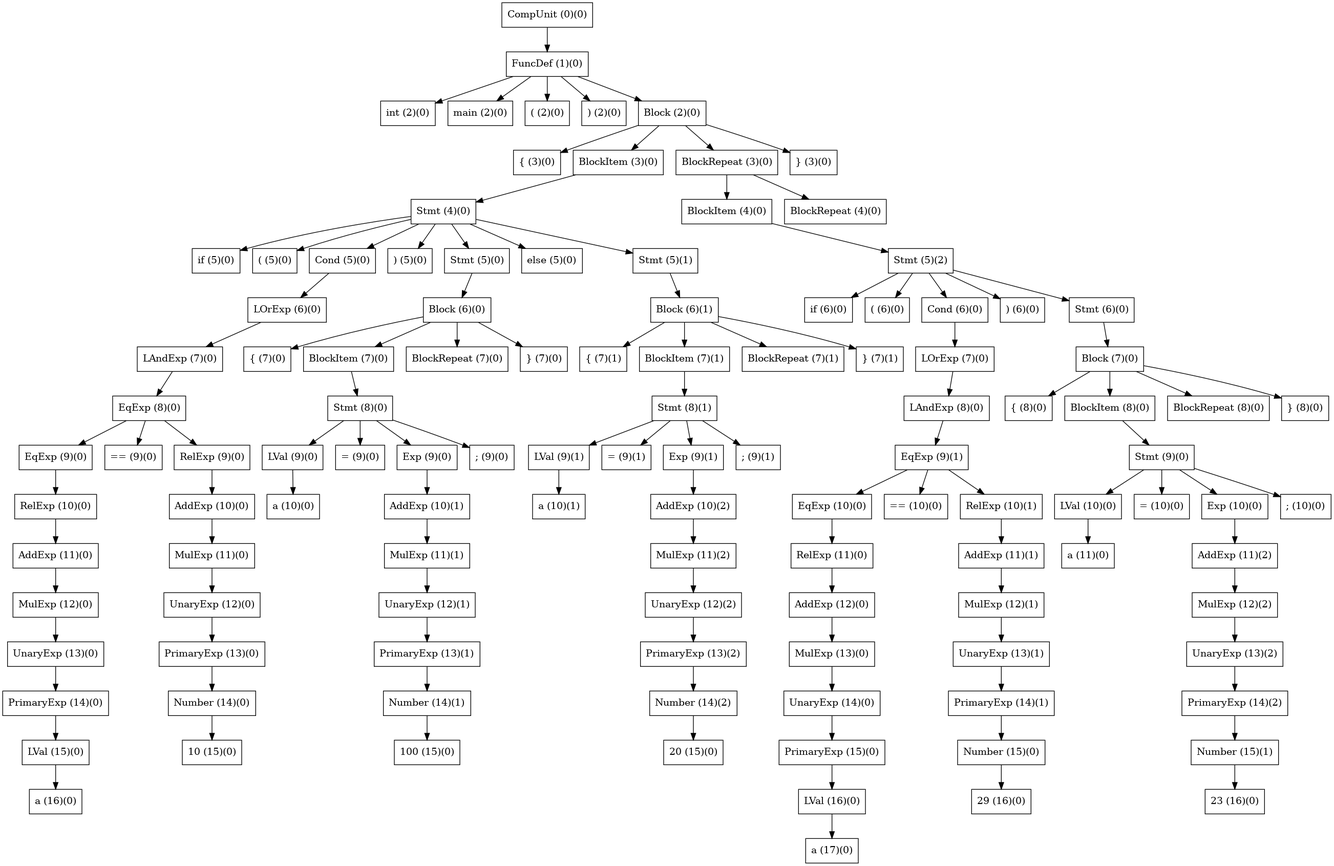
Earlier version of the Graphviz export yacc/file.png (KilluaYZ/sys-y-compiler). Its source is kept beside it as yacc/file.dot. Its diagram source:
```dot
digraph tree {
	fontname = "Consolas"
	fontsize = 24
	node[shape = "box"]

	"CompUnit (0)(0)" -> "FuncDef (1)(0)";
	"FuncDef (1)(0)" -> "int (2)(0)";
	"FuncDef (1)(0)" -> "main (2)(0)";
	"FuncDef (1)(0)" -> "( (2)(0)";
	"FuncDef (1)(0)" -> ") (2)(0)";
	"FuncDef (1)(0)" -> "Block (2)(0)";
	"Block (2)(0)" -> "{ (3)(0)";
	"Block (2)(0)" -> "BlockItem (3)(0)";
	"Block (2)(0)" -> "BlockRepeat (3)(0)";
	"Block (2)(0)" -> "} (3)(0)";
	"BlockItem (3)(0)" -> "Stmt (4)(0)";
	"BlockRepeat (3)(0)" -> "BlockItem (4)(0)";
	"BlockRepeat (3)(0)" -> "BlockRepeat (4)(0)";
	"Stmt (4)(0)" -> "if (5)(0)";
	"Stmt (4)(0)" -> "( (5)(0)";
	"Stmt (4)(0)" -> "Cond (5)(0)";
	"Stmt (4)(0)" -> ") (5)(0)";
	"Stmt (4)(0)" -> "Stmt (5)(0)";
	"Stmt (4)(0)" -> "else (5)(0)";
	"Stmt (4)(0)" -> "Stmt (5)(1)";
	"BlockItem (4)(0)" -> "Stmt (5)(2)";
	"Cond (5)(0)" -> "LOrExp (6)(0)";
	"Stmt (5)(0)" -> "Block (6)(0)";
	"Stmt (5)(1)" -> "Block (6)(1)";
	"Stmt (5)(2)" -> "if (6)(0)";
	"Stmt (5)(2)" -> "( (6)(0)";
	"Stmt (5)(2)" -> "Cond (6)(0)";
	"Stmt (5)(2)" -> ") (6)(0)";
	"Stmt (5)(2)" -> "Stmt (6)(0)";
	"LOrExp (6)(0)" -> "LAndExp (7)(0)";
	"Block (6)(0)" -> "{ (7)(0)";
	"Block (6)(0)" -> "BlockItem (7)(0)";
	"Block (6)(0)" -> "BlockRepeat (7)(0)";
	"Block (6)(0)" -> "} (7)(0)";
	"Block (6)(1)" -> "{ (7)(1)";
	"Block (6)(1)" -> "BlockItem (7)(1)";
	"Block (6)(1)" -> "BlockRepeat (7)(1)";
	"Block (6)(1)" -> "} (7)(1)";
	"Cond (6)(0)" -> "LOrExp (7)(0)";
	"Stmt (6)(0)" -> "Block (7)(0)";
	"LAndExp (7)(0)" -> "EqExp (8)(0)";
	"BlockItem (7)(0)" -> "Stmt (8)(0)";
	"BlockItem (7)(1)" -> "Stmt (8)(1)";
	"LOrExp (7)(0)" -> "LAndExp (8)(0)";
	"Block (7)(0)" -> "{ (8)(0)";
	"Block (7)(0)" -> "BlockItem (8)(0)";
	"Block (7)(0)" -> "BlockRepeat (8)(0)";
	"Block (7)(0)" -> "} (8)(0)";
	"EqExp (8)(0)" -> "EqExp (9)(0)";
	"EqExp (8)(0)" -> "== (9)(0)";
	"EqExp (8)(0)" -> "RelExp (9)(0)";
	"Stmt (8)(0)" -> "LVal (9)(0)";
	"Stmt (8)(0)" -> "= (9)(0)";
	"Stmt (8)(0)" -> "Exp (9)(0)";
	"Stmt (8)(0)" -> "; (9)(0)";
	"Stmt (8)(1)" -> "LVal (9)(1)";
	"Stmt (8)(1)" -> "= (9)(1)";
	"Stmt (8)(1)" -> "Exp (9)(1)";
	"Stmt (8)(1)" -> "; (9)(1)";
	"LAndExp (8)(0)" -> "EqExp (9)(1)";
	"BlockItem (8)(0)" -> "Stmt (9)(0)";
	"EqExp (9)(0)" -> "RelExp (10)(0)";
	"RelExp (9)(0)" -> "AddExp (10)(0)";
	"LVal (9)(0)" -> "a (10)(0)";
	"Exp (9)(0)" -> "AddExp (10)(1)";
	"LVal (9)(1)" -> "a (10)(1)";
	"Exp (9)(1)" -> "AddExp (10)(2)";
	"EqExp (9)(1)" -> "EqExp (10)(0)";
	"EqExp (9)(1)" -> "== (10)(0)";
	"EqExp (9)(1)" -> "RelExp (10)(1)";
	"Stmt (9)(0)" -> "LVal (10)(0)";
	"Stmt (9)(0)" -> "= (10)(0)";
	"Stmt (9)(0)" -> "Exp (10)(0)";
	"Stmt (9)(0)" -> "; (10)(0)";
	"RelExp (10)(0)" -> "AddExp (11)(0)";
	"AddExp (10)(0)" -> "MulExp (11)(0)";
	"AddExp (10)(1)" -> "MulExp (11)(1)";
	"AddExp (10)(2)" -> "MulExp (11)(2)";
	"EqExp (10)(0)" -> "RelExp (11)(0)";
	"RelExp (10)(1)" -> "AddExp (11)(1)";
	"LVal (10)(0)" -> "a (11)(0)";
	"Exp (10)(0)" -> "AddExp (11)(2)";
	"AddExp (11)(0)" -> "MulExp (12)(0)";
	"MulExp (11)(0)" -> "UnaryExp (12)(0)";
	"MulExp (11)(1)" -> "UnaryExp (12)(1)";
	"MulExp (11)(2)" -> "UnaryExp (12)(2)";
	"RelExp (11)(0)" -> "AddExp (12)(0)";
	"AddExp (11)(1)" -> "MulExp (12)(1)";
	"AddExp (11)(2)" -> "MulExp (12)(2)";
	"MulExp (12)(0)" -> "UnaryExp (13)(0)";
	"UnaryExp (12)(0)" -> "PrimaryExp (13)(0)";
	"UnaryExp (12)(1)" -> "PrimaryExp (13)(1)";
	"UnaryExp (12)(2)" -> "PrimaryExp (13)(2)";
	"AddExp (12)(0)" -> "MulExp (13)(0)";
	"MulExp (12)(1)" -> "UnaryExp (13)(1)";
	"MulExp (12)(2)" -> "UnaryExp (13)(2)";
	"UnaryExp (13)(0)" -> "PrimaryExp (14)(0)";
	"PrimaryExp (13)(0)" -> "Number (14)(0)";
	"PrimaryExp (13)(1)" -> "Number (14)(1)";
	"PrimaryExp (13)(2)" -> "Number (14)(2)";
	"MulExp (13)(0)" -> "UnaryExp (14)(0)";
	"UnaryExp (13)(1)" -> "PrimaryExp (14)(1)";
	"UnaryExp (13)(2)" -> "PrimaryExp (14)(2)";
	"PrimaryExp (14)(0)" -> "LVal (15)(0)";
	"Number (14)(0)" -> "10 (15)(0)";
	"Number (14)(1)" -> "100 (15)(0)";
	"Number (14)(2)" -> "20 (15)(0)";
	"UnaryExp (14)(0)" -> "PrimaryExp (15)(0)";
	"PrimaryExp (14)(1)" -> "Number (15)(0)";
	"PrimaryExp (14)(2)" -> "Number (15)(1)";
	"LVal (15)(0)" -> "a (16)(0)";
	"PrimaryExp (15)(0)" -> "LVal (16)(0)";
	"Number (15)(0)" -> "29 (16)(0)";
	"Number (15)(1)" -> "23 (16)(0)";
	"LVal (16)(0)" -> "a (17)(0)";
}
```
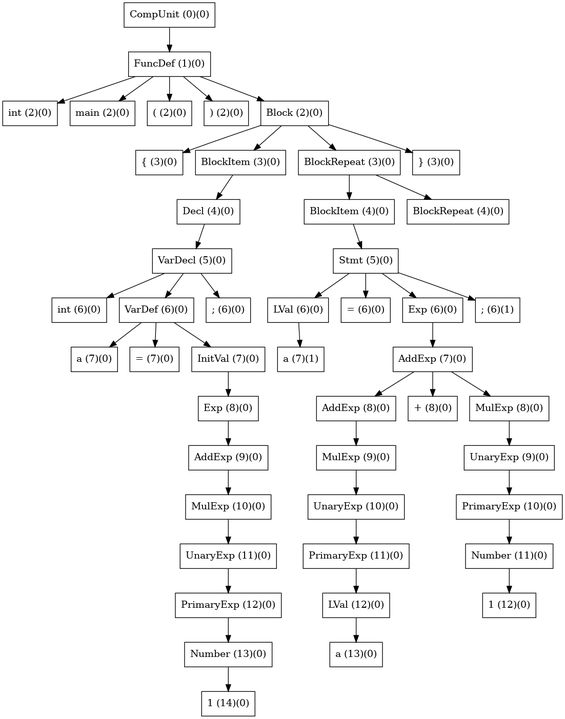
Later version of the same file.

Diff of the diagram source:
```diff
@@ -13,109 +13,40 @@
 	"Block (2)(0)" -> "BlockItem (3)(0)";
 	"Block (2)(0)" -> "BlockRepeat (3)(0)";
 	"Block (2)(0)" -> "} (3)(0)";
-	"BlockItem (3)(0)" -> "Stmt (4)(0)";
+	"BlockItem (3)(0)" -> "Decl (4)(0)";
 	"BlockRepeat (3)(0)" -> "BlockItem (4)(0)";
 	"BlockRepeat (3)(0)" -> "BlockRepeat (4)(0)";
-	"Stmt (4)(0)" -> "if (5)(0)";
-	"Stmt (4)(0)" -> "( (5)(0)";
-	"Stmt (4)(0)" -> "Cond (5)(0)";
-	"Stmt (4)(0)" -> ") (5)(0)";
-	"Stmt (4)(0)" -> "Stmt (5)(0)";
-	"Stmt (4)(0)" -> "else (5)(0)";
-	"Stmt (4)(0)" -> "Stmt (5)(1)";
-	"BlockItem (4)(0)" -> "Stmt (5)(2)";
-	"Cond (5)(0)" -> "LOrExp (6)(0)";
-	"Stmt (5)(0)" -> "Block (6)(0)";
-	"Stmt (5)(1)" -> "Block (6)(1)";
-	"Stmt (5)(2)" -> "if (6)(0)";
-	"Stmt (5)(2)" -> "( (6)(0)";
-	"Stmt (5)(2)" -> "Cond (6)(0)";
-	"Stmt (5)(2)" -> ") (6)(0)";
-	"Stmt (5)(2)" -> "Stmt (6)(0)";
-	"LOrExp (6)(0)" -> "LAndExp (7)(0)";
-	"Block (6)(0)" -> "{ (7)(0)";
-	"Block (6)(0)" -> "BlockItem (7)(0)";
-	"Block (6)(0)" -> "BlockRepeat (7)(0)";
-	"Block (6)(0)" -> "} (7)(0)";
-	"Block (6)(1)" -> "{ (7)(1)";
-	"Block (6)(1)" -> "BlockItem (7)(1)";
-	"Block (6)(1)" -> "BlockRepeat (7)(1)";
-	"Block (6)(1)" -> "} (7)(1)";
-	"Cond (6)(0)" -> "LOrExp (7)(0)";
-	"Stmt (6)(0)" -> "Block (7)(0)";
-	"LAndExp (7)(0)" -> "EqExp (8)(0)";
-	"BlockItem (7)(0)" -> "Stmt (8)(0)";
-	"BlockItem (7)(1)" -> "Stmt (8)(1)";
-	"LOrExp (7)(0)" -> "LAndExp (8)(0)";
-	"Block (7)(0)" -> "{ (8)(0)";
-	"Block (7)(0)" -> "BlockItem (8)(0)";
-	"Block (7)(0)" -> "BlockRepeat (8)(0)";
-	"Block (7)(0)" -> "} (8)(0)";
-	"EqExp (8)(0)" -> "EqExp (9)(0)";
-	"EqExp (8)(0)" -> "== (9)(0)";
-	"EqExp (8)(0)" -> "RelExp (9)(0)";
-	"Stmt (8)(0)" -> "LVal (9)(0)";
-	"Stmt (8)(0)" -> "= (9)(0)";
-	"Stmt (8)(0)" -> "Exp (9)(0)";
-	"Stmt (8)(0)" -> "; (9)(0)";
-	"Stmt (8)(1)" -> "LVal (9)(1)";
-	"Stmt (8)(1)" -> "= (9)(1)";
-	"Stmt (8)(1)" -> "Exp (9)(1)";
-	"Stmt (8)(1)" -> "; (9)(1)";
-	"LAndExp (8)(0)" -> "EqExp (9)(1)";
-	"BlockItem (8)(0)" -> "Stmt (9)(0)";
-	"EqExp (9)(0)" -> "RelExp (10)(0)";
-	"RelExp (9)(0)" -> "AddExp (10)(0)";
-	"LVal (9)(0)" -> "a (10)(0)";
-	"Exp (9)(0)" -> "AddExp (10)(1)";
-	"LVal (9)(1)" -> "a (10)(1)";
-	"Exp (9)(1)" -> "AddExp (10)(2)";
-	"EqExp (9)(1)" -> "EqExp (10)(0)";
-	"EqExp (9)(1)" -> "== (10)(0)";
-	"EqExp (9)(1)" -> "RelExp (10)(1)";
-	"Stmt (9)(0)" -> "LVal (10)(0)";
-	"Stmt (9)(0)" -> "= (10)(0)";
-	"Stmt (9)(0)" -> "Exp (10)(0)";
-	"Stmt (9)(0)" -> "; (10)(0)";
-	"RelExp (10)(0)" -> "AddExp (11)(0)";
-	"AddExp (10)(0)" -> "MulExp (11)(0)";
-	"AddExp (10)(1)" -> "MulExp (11)(1)";
-	"AddExp (10)(2)" -> "MulExp (11)(2)";
-	"EqExp (10)(0)" -> "RelExp (11)(0)";
-	"RelExp (10)(1)" -> "AddExp (11)(1)";
-	"LVal (10)(0)" -> "a (11)(0)";
-	"Exp (10)(0)" -> "AddExp (11)(2)";
-	"AddExp (11)(0)" -> "MulExp (12)(0)";
-	"MulExp (11)(0)" -> "UnaryExp (12)(0)";
-	"MulExp (11)(1)" -> "UnaryExp (12)(1)";
-	"MulExp (11)(2)" -> "UnaryExp (12)(2)";
-	"RelExp (11)(0)" -> "AddExp (12)(0)";
-	"AddExp (11)(1)" -> "MulExp (12)(1)";
-	"AddExp (11)(2)" -> "MulExp (12)(2)";
-	"MulExp (12)(0)" -> "UnaryExp (13)(0)";
-	"UnaryExp (12)(0)" -> "PrimaryExp (13)(0)";
-	"UnaryExp (12)(1)" -> "PrimaryExp (13)(1)";
-	"UnaryExp (12)(2)" -> "PrimaryExp (13)(2)";
-	"AddExp (12)(0)" -> "MulExp (13)(0)";
-	"MulExp (12)(1)" -> "UnaryExp (13)(1)";
-	"MulExp (12)(2)" -> "UnaryExp (13)(2)";
-	"UnaryExp (13)(0)" -> "PrimaryExp (14)(0)";
-	"PrimaryExp (13)(0)" -> "Number (14)(0)";
-	"PrimaryExp (13)(1)" -> "Number (14)(1)";
-	"PrimaryExp (13)(2)" -> "Number (14)(2)";
-	"MulExp (13)(0)" -> "UnaryExp (14)(0)";
-	"UnaryExp (13)(1)" -> "PrimaryExp (14)(1)";
-	"UnaryExp (13)(2)" -> "PrimaryExp (14)(2)";
-	"PrimaryExp (14)(0)" -> "LVal (15)(0)";
-	"Number (14)(0)" -> "10 (15)(0)";
-	"Number (14)(1)" -> "100 (15)(0)";
-	"Number (14)(2)" -> "20 (15)(0)";
-	"UnaryExp (14)(0)" -> "PrimaryExp (15)(0)";
-	"PrimaryExp (14)(1)" -> "Number (15)(0)";
-	"PrimaryExp (14)(2)" -> "Number (15)(1)";
-	"LVal (15)(0)" -> "a (16)(0)";
-	"PrimaryExp (15)(0)" -> "LVal (16)(0)";
-	"Number (15)(0)" -> "29 (16)(0)";
-	"Number (15)(1)" -> "23 (16)(0)";
-	"LVal (16)(0)" -> "a (17)(0)";
+	"Decl (4)(0)" -> "VarDecl (5)(0)";
+	"BlockItem (4)(0)" -> "Stmt (5)(0)";
+	"VarDecl (5)(0)" -> "int (6)(0)";
+	"VarDecl (5)(0)" -> "VarDef (6)(0)";
+	"VarDecl (5)(0)" -> "; (6)(0)";
+	"Stmt (5)(0)" -> "LVal (6)(0)";
+	"Stmt (5)(0)" -> "= (6)(0)";
+	"Stmt (5)(0)" -> "Exp (6)(0)";
+	"Stmt (5)(0)" -> "; (6)(1)";
+	"VarDef (6)(0)" -> "a (7)(0)";
+	"VarDef (6)(0)" -> "= (7)(0)";
+	"VarDef (6)(0)" -> "InitVal (7)(0)";
+	"LVal (6)(0)" -> "a (7)(1)";
+	"Exp (6)(0)" -> "AddExp (7)(0)";
+	"InitVal (7)(0)" -> "Exp (8)(0)";
+	"AddExp (7)(0)" -> "AddExp (8)(0)";
+	"AddExp (7)(0)" -> "+ (8)(0)";
+	"AddExp (7)(0)" -> "MulExp (8)(0)";
+	"Exp (8)(0)" -> "AddExp (9)(0)";
+	"AddExp (8)(0)" -> "MulExp (9)(0)";
+	"MulExp (8)(0)" -> "UnaryExp (9)(0)";
+	"AddExp (9)(0)" -> "MulExp (10)(0)";
+	"MulExp (9)(0)" -> "UnaryExp (10)(0)";
+	"UnaryExp (9)(0)" -> "PrimaryExp (10)(0)";
+	"MulExp (10)(0)" -> "UnaryExp (11)(0)";
+	"UnaryExp (10)(0)" -> "PrimaryExp (11)(0)";
+	"PrimaryExp (10)(0)" -> "Number (11)(0)";
+	"UnaryExp (11)(0)" -> "PrimaryExp (12)(0)";
+	"PrimaryExp (11)(0)" -> "LVal (12)(0)";
+	"Number (11)(0)" -> "1 (12)(0)";
+	"PrimaryExp (12)(0)" -> "Number (13)(0)";
+	"LVal (12)(0)" -> "a (13)(0)";
+	"Number (13)(0)" -> "1 (14)(0)";
 }
```
